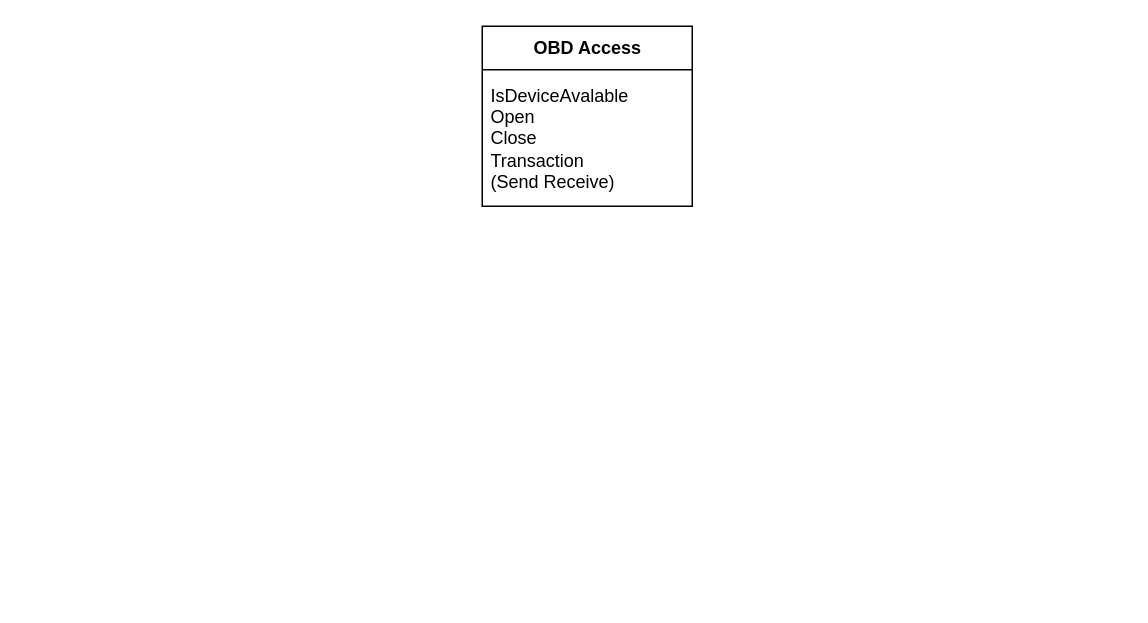
Earlier version of the draw.io diagram page "OBD Access" (2 of 3) of Documentation/Fluffy dashboard architecture.drawio (avatarp/fluffy-dashboard). Source tidied: cells renumbered, new cells numbered last; positions are measured from the earlier drawing's top-left corner, leaving out a move shared by most shapes. Both pictures are drawn from the tidied source at 150%, with x=0, y=0 at pixel (482, 26).
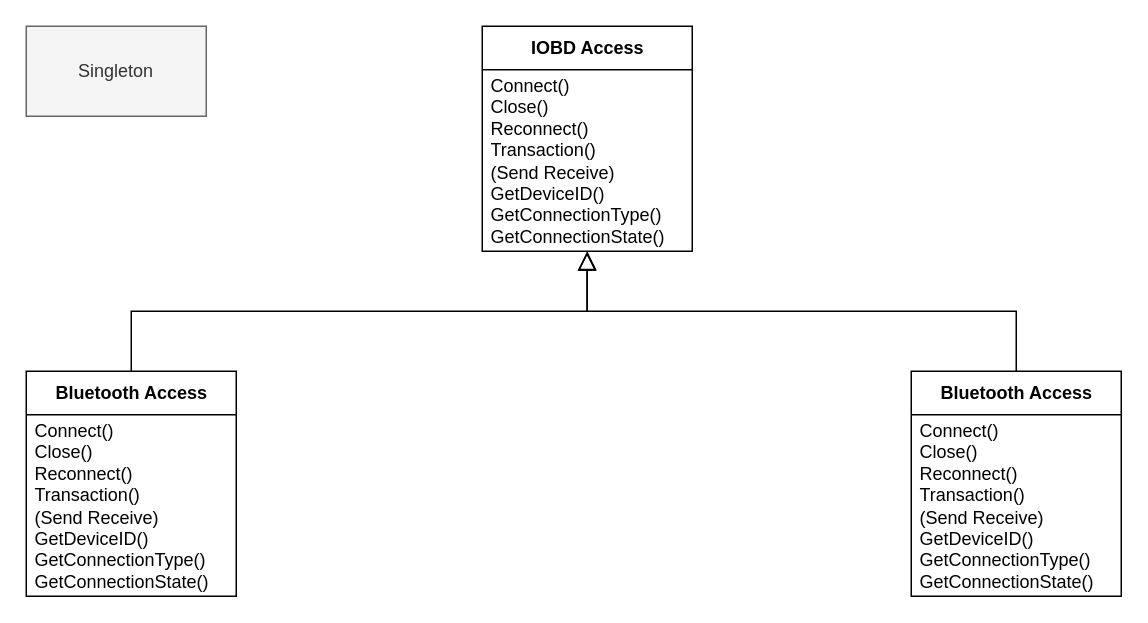
Above is the later version.

The edit, as a diff of the source:
```diff
@@
 <mxGraphModel>
   <root>
     <mxCell id="0" />
     <mxCell id="1" parent="0" />
+    <mxCell id="4" style="edgeStyle=orthogonalEdgeStyle;rounded=0;jettySize=auto;html=1;startArrow=block;startFill=0;endArrow=none;endFill=0;startSize=10;entryX=0.5;entryY=0;entryDx=0;entryDy=0;exitX=0.499;exitY=1.005;exitDx=0;exitDy=0;exitPerimeter=0;" parent="1" edge="1" source="3" target="8">
+      <mxGeometry relative="1" as="geometry" />
+    </mxCell>
+    <mxCell id="5" style="edgeStyle=orthogonalEdgeStyle;rounded=0;jettySize=auto;html=1;startArrow=block;startFill=0;endArrow=none;endFill=0;startSize=10;entryX=0.5;entryY=0;entryDx=0;entryDy=0;exitX=0.5;exitY=1;exitDx=0;exitDy=0;exitPerimeter=0;" parent="1" edge="1" source="3" target="6">
+      <mxGeometry relative="1" as="geometry" />
+    </mxCell>
-    <mxCell id="2" value="OBD Access" style="swimlane;fontStyle=1;align=center;verticalAlign=middle;horizontal=1;startSize=29;html=1;" parent="1" vertex="1">
-      <mxGeometry width="140" height="120" as="geometry" />
+    <mxCell id="2" value="IOBD Access" style="swimlane;fontStyle=1;align=center;verticalAlign=middle;horizontal=1;startSize=29;html=1;" parent="1" vertex="1">
+      <mxGeometry width="140" height="150" as="geometry" />
     </mxCell>
-    <mxCell id="3" value="&lt;div&gt;IsDeviceAvalable&lt;br&gt;&lt;/div&gt;&lt;div&gt;Open&lt;/div&gt;&lt;div&gt;Close&lt;/div&gt;&lt;div&gt;Transaction &lt;br&gt;&lt;/div&gt;&lt;div&gt;(Send Receive)&lt;br&gt;&lt;/div&gt;" style="text;html=1;strokeColor=none;fillColor=none;align=left;verticalAlign=middle;spacingLeft=4;spacingRight=4;overflow=hidden;points=[[0,0.5],[1,0.5]];portConstraint=eastwest;" parent="2" vertex="1">
-      <mxGeometry y="29" width="140" height="91" as="geometry" />
+    <mxCell id="3" value="&lt;div&gt;&lt;span&gt;Connect()&lt;/span&gt;&lt;br&gt;&lt;/div&gt;&lt;div&gt;Close()&lt;/div&gt;&lt;div&gt;Reconnect()&lt;/div&gt;&lt;div&gt;Transaction()&lt;br&gt;&lt;/div&gt;&lt;div&gt;(Send Receive)&lt;br&gt;&lt;/div&gt;&lt;div&gt;GetDeviceID()&lt;/div&gt;&lt;div&gt;GetConnectionType()&lt;/div&gt;&lt;div&gt;GetConnectionState()&lt;/div&gt;" style="text;html=1;strokeColor=none;fillColor=none;align=left;verticalAlign=middle;spacingLeft=4;spacingRight=4;overflow=hidden;points=[[0,0.5],[1,0.5]];portConstraint=eastwest;" parent="2" vertex="1">
+      <mxGeometry y="29" width="140" height="121" as="geometry" />
     </mxCell>
+    <mxCell id="6" value="Bluetooth Access" style="swimlane;fontStyle=1;align=center;verticalAlign=middle;horizontal=1;startSize=29;html=1;" parent="1" vertex="1">
+      <mxGeometry x="-304" y="230" width="140" height="150" as="geometry" />
+    </mxCell>
+    <mxCell id="7" value="&lt;div&gt;&lt;span&gt;Connect()&lt;/span&gt;&lt;br&gt;&lt;/div&gt;&lt;div&gt;Close()&lt;/div&gt;&lt;div&gt;Reconnect()&lt;/div&gt;&lt;div&gt;Transaction()&lt;br&gt;&lt;/div&gt;&lt;div&gt;(Send Receive)&lt;br&gt;&lt;/div&gt;&lt;div&gt;GetDeviceID()&lt;/div&gt;&lt;div&gt;GetConnectionType()&lt;/div&gt;&lt;div&gt;GetConnectionState()&lt;/div&gt;" style="text;html=1;strokeColor=none;fillColor=none;align=left;verticalAlign=middle;spacingLeft=4;spacingRight=4;overflow=hidden;" parent="6" vertex="1">
+      <mxGeometry y="29" width="140" height="121" as="geometry" />
+    </mxCell>
+    <mxCell id="8" value="Bluetooth Access" style="swimlane;fontStyle=1;align=center;verticalAlign=middle;horizontal=1;startSize=29;html=1;" parent="1" vertex="1">
+      <mxGeometry x="286" y="230" width="140" height="150" as="geometry" />
+    </mxCell>
+    <mxCell id="9" value="&lt;div&gt;&lt;span&gt;Connect()&lt;/span&gt;&lt;br&gt;&lt;/div&gt;&lt;div&gt;Close()&lt;/div&gt;&lt;div&gt;Reconnect()&lt;/div&gt;&lt;div&gt;Transaction()&lt;br&gt;&lt;/div&gt;&lt;div&gt;(Send Receive)&lt;br&gt;&lt;/div&gt;&lt;div&gt;GetDeviceID()&lt;/div&gt;&lt;div&gt;GetConnectionType()&lt;/div&gt;&lt;div&gt;GetConnectionState()&lt;/div&gt;" style="text;html=1;strokeColor=none;fillColor=none;align=left;verticalAlign=middle;spacingLeft=4;spacingRight=4;overflow=hidden;" parent="8" vertex="1">
+      <mxGeometry y="29" width="140" height="121" as="geometry" />
+    </mxCell>
+    <mxCell id="10" value="Singleton" style="rounded=0;whiteSpace=wrap;html=1;fillColor=#f5f5f5;fontColor=#333333;strokeColor=#666666;" parent="1" vertex="1">
+      <mxGeometry x="-304" width="120" height="60" as="geometry" />
+    </mxCell>
   </root>
 </mxGraphModel>
```
